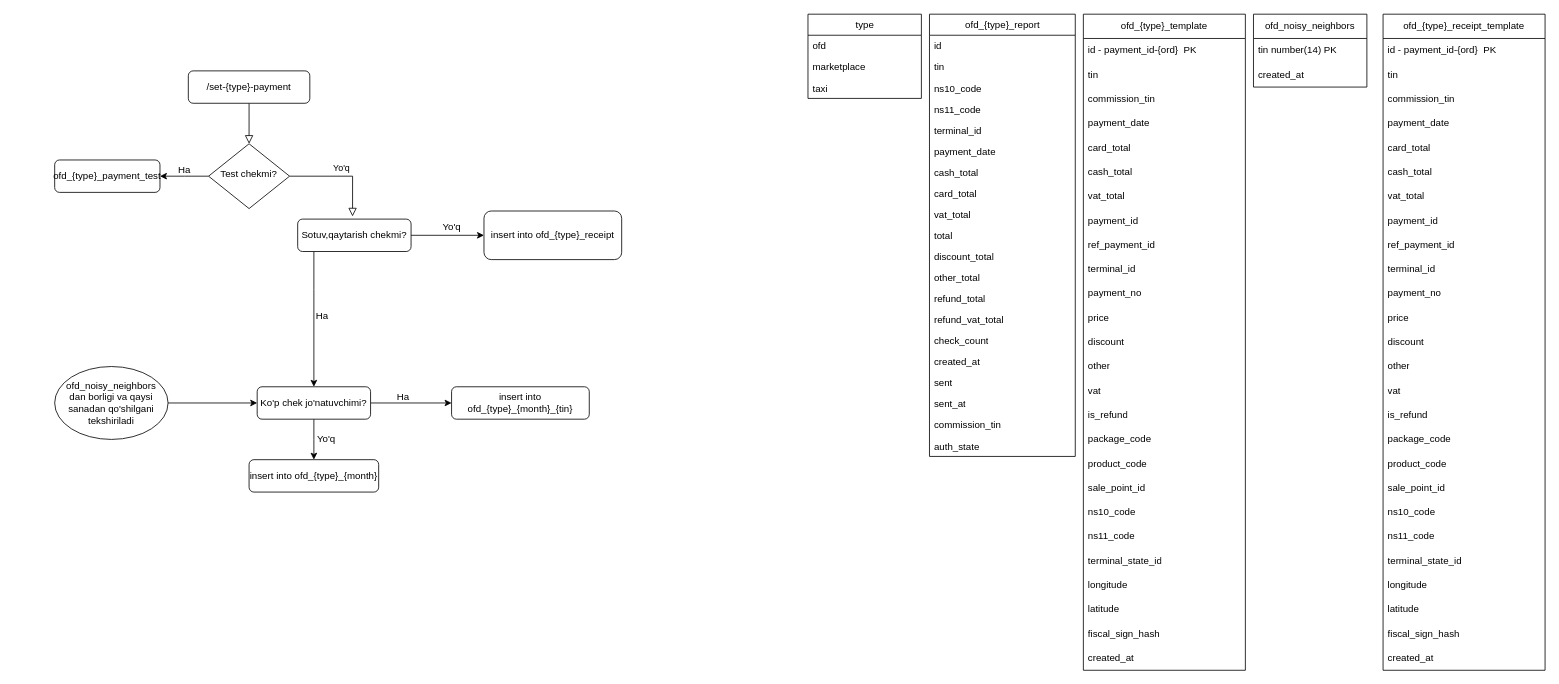
The draw.io diagram ofd.drawio in Akhadjon-Bokijanov/diagrams, before the edit. Source tidied: cells renumbered, new cells numbered last; positions are measured from the earlier drawing's top-left corner, leaving out a move shared by most shapes. Both pictures are drawn from the tidied source at 81%, with x=0, y=0 at pixel (54, 14).
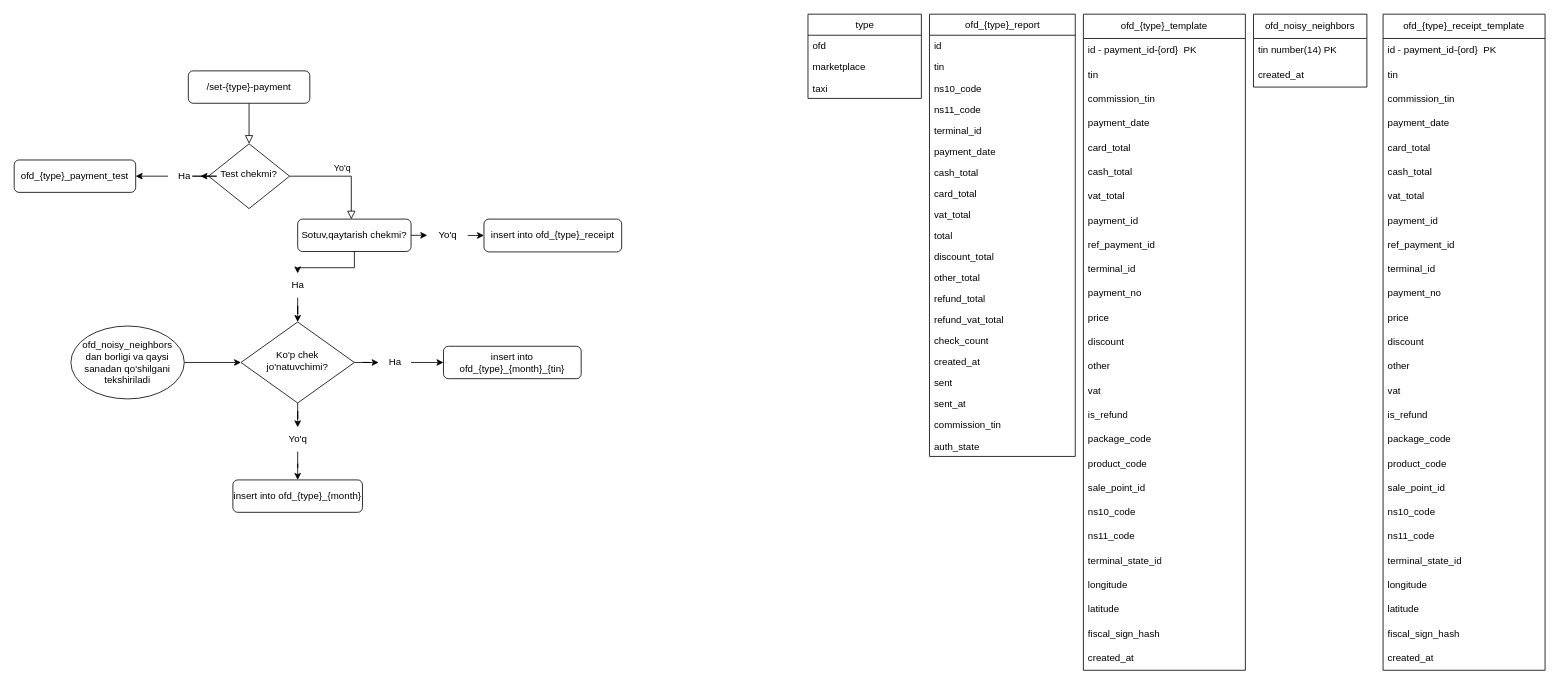
The same diagram, later.

Unchanged cells that the change refers to:
```xml
<mxCell id="6" value="Test chekmi?" style="rhombus;whiteSpace=wrap;html=1;shadow=0;fontFamily=Helvetica;fontSize=12;align=center;strokeWidth=1;spacing=6;spacingTop=-4;" parent="1" vertex="1">
  <mxGeometry x="190" y="160" width="100" height="80" as="geometry" />
</mxCell>
<mxCell id="71" value="Sotuv,qaytarish chekmi?" style="rounded=1;whiteSpace=wrap;html=1;fontSize=12;glass=0;strokeWidth=1;shadow=0;" parent="1" vertex="1">
  <mxGeometry x="300" y="253" width="140" height="40" as="geometry" />
</mxCell>
```

Diff of the diagram source:
```diff
@@
-    <mxCell id="4" value="Yo'q" style="edgeStyle=orthogonalEdgeStyle;rounded=0;html=1;jettySize=auto;fontSize=11;endArrow=block;endFill=0;endSize=8;strokeWidth=1;shadow=0;labelBackgroundColor=none;entryX=0.484;entryY=-0.082;entryDx=0;entryDy=0;entryPerimeter=0;" parent="1" edge="1" source="6" target="71">
+    <mxCell id="4" value="Yo'q" style="edgeStyle=orthogonalEdgeStyle;rounded=0;html=1;jettySize=auto;fontSize=11;endArrow=block;endFill=0;endSize=8;strokeWidth=1;shadow=0;labelBackgroundColor=none;entryX=0.473;entryY=0.007;entryDx=0;entryDy=0;entryPerimeter=0;" parent="1" edge="1" source="6" target="71">
       <mxGeometry y="10" relative="1" as="geometry" />
     </mxCell>
-    <mxCell id="5" style="edgeStyle=orthogonalEdgeStyle;rounded=0;jettySize=auto;html=1;" parent="1" edge="1" source="6">
-      <mxGeometry relative="1" as="geometry">
-        <mxPoint x="130" y="200" as="targetPoint" />
-      </mxGeometry>
-    </mxCell>
@@
-    <mxCell id="7" style="edgeStyle=orthogonalEdgeStyle;rounded=0;jettySize=auto;html=1;" parent="1" edge="1" source="9" target="12">
-      <mxGeometry relative="1" as="geometry" />
-    </mxCell>
-    <mxCell id="8" style="edgeStyle=orthogonalEdgeStyle;rounded=0;jettySize=auto;html=1;" parent="1" edge="1" source="9">
-      <mxGeometry relative="1" as="geometry">
-        <mxPoint x="320" y="550" as="targetPoint" />
-      </mxGeometry>
-    </mxCell>
-    <mxCell id="9" value="Ko'p chek jo'natuvchimi?" style="rounded=1;whiteSpace=wrap;html=1;fontSize=12;glass=0;strokeWidth=1;shadow=0;" parent="1" vertex="1">
-      <mxGeometry x="250" y="460" width="140" height="40" as="geometry" />
-    </mxCell>
     <mxCell id="10" value="ofd_{type}_payment_test" style="rounded=1;whiteSpace=wrap;html=1;fontSize=12;glass=0;strokeWidth=1;shadow=0;" parent="1" vertex="1">
-      <mxGeometry y="180" width="130" height="40" as="geometry" />
+      <mxGeometry x="-50" y="180" width="150" height="40" as="geometry" />
     </mxCell>
-    <mxCell id="11" value="Ha" style="text;html=1;align=center;verticalAlign=middle;points=[];strokeColor=none;fillColor=none;" parent="1" vertex="1">
-      <mxGeometry x="140" y="178" width="40" height="30" as="geometry" />
-    </mxCell>
     <mxCell id="12" value="insert into ofd_{type}_{month}_{tin}" style="whiteSpace=wrap;html=1;rounded=1;glass=0;strokeWidth=1;shadow=0;" parent="1" vertex="1">
-      <mxGeometry x="490" y="460" width="170" height="40" as="geometry" />
+      <mxGeometry x="480" y="410" width="170" height="40" as="geometry" />
     </mxCell>
-    <mxCell id="13" value="Ha" style="text;html=1;align=center;verticalAlign=middle;points=[];strokeColor=none;fillColor=none;" parent="1" vertex="1">
-      <mxGeometry x="410" y="458" width="40" height="30" as="geometry" />
-    </mxCell>
-    <mxCell id="14" value="Yo'q" style="text;html=1;align=center;verticalAlign=middle;points=[];strokeColor=none;fillColor=none;" parent="1" vertex="1">
-      <mxGeometry x="310" y="510" width="50" height="30" as="geometry" />
-    </mxCell>
     <mxCell id="15" value="insert into ofd_{type}_{month}" style="whiteSpace=wrap;html=1;rounded=1;glass=0;strokeWidth=1;shadow=0;" parent="1" vertex="1">
-      <mxGeometry x="240" y="550" width="160" height="40" as="geometry" />
+      <mxGeometry x="220" y="575" width="160" height="40" as="geometry" />
     </mxCell>
@@
     <mxCell id="47" value="ofd_noisy_neighbors&lt;div&gt;dan borligi va qaysi sanadan qo'shilgani&lt;/div&gt;&lt;div&gt;tekshiriladi&lt;/div&gt;" style="ellipse;whiteSpace=wrap;html=1;" parent="1" vertex="1">
-      <mxGeometry y="435" width="140" height="90" as="geometry" />
+      <mxGeometry x="20" y="385" width="140" height="90" as="geometry" />
     </mxCell>
@@
-    <mxCell id="69" style="edgeStyle=orthogonalEdgeStyle;rounded=0;jettySize=auto;html=1;" parent="1" edge="1" source="71" target="9">
-      <mxGeometry relative="1" as="geometry">
-        <Array as="points">
-          <mxPoint x="320" y="340" />
-          <mxPoint x="320" y="340" />
-        </Array>
-      </mxGeometry>
-    </mxCell>
-    <mxCell id="70" style="edgeStyle=orthogonalEdgeStyle;rounded=0;jettySize=auto;html=1;" parent="1" edge="1" source="71" target="73">
+    <mxCell id="70" style="edgeStyle=orthogonalEdgeStyle;rounded=0;jettySize=auto;html=1;" parent="1" edge="1" source="105" target="73">
       <mxGeometry relative="1" as="geometry" />
     </mxCell>
+    <mxCell id="106" style="edgeStyle=orthogonalEdgeStyle;rounded=0;jettySize=auto;html=1;entryX=0.5;entryY=0;entryDx=0;entryDy=0;" parent="1" edge="1" source="72" target="9">
+      <mxGeometry relative="1" as="geometry" />
+    </mxCell>
@@
-    <mxCell id="72" value="Ha" style="text;html=1;align=center;verticalAlign=middle;points=[];strokeColor=none;fillColor=none;" parent="1" vertex="1">
-      <mxGeometry x="310" y="358" width="40" height="30" as="geometry" />
-    </mxCell>
     <mxCell id="73" value="insert into ofd_{type}_receipt" style="rounded=1;whiteSpace=wrap;html=1;glass=0;strokeWidth=1;shadow=0;" parent="1" vertex="1">
-      <mxGeometry x="530" y="243" width="170" height="60" as="geometry" />
+      <mxGeometry x="530" y="253" width="170" height="40.5" as="geometry" />
     </mxCell>
@@
+    <mxCell id="107" style="edgeStyle=orthogonalEdgeStyle;rounded=0;jettySize=auto;html=1;" parent="1" edge="1" source="13" target="12">
+      <mxGeometry relative="1" as="geometry" />
+    </mxCell>
+    <mxCell id="108" style="edgeStyle=orthogonalEdgeStyle;rounded=0;jettySize=auto;html=1;entryX=0.5;entryY=0;entryDx=0;entryDy=0;" parent="1" edge="1" source="14" target="15">
+      <mxGeometry relative="1" as="geometry" />
+    </mxCell>
+    <mxCell id="9" value="Ko'p chek jo'natuvchimi?" style="rhombus;whiteSpace=wrap;html=1;shadow=0;fontFamily=Helvetica;fontSize=12;align=center;strokeWidth=1;spacing=6;spacingTop=-4;" parent="1" vertex="1">
+      <mxGeometry x="230" y="380" width="140" height="100" as="geometry" />
+    </mxCell>
+    <mxCell id="109" style="edgeStyle=orthogonalEdgeStyle;rounded=0;jettySize=auto;html=1;entryX=0.5;entryY=0;entryDx=0;entryDy=0;" parent="1" edge="1" source="71" target="72">
+      <mxGeometry relative="1" as="geometry" />
+    </mxCell>
+    <mxCell id="72" value="Ha" style="text;html=1;align=center;verticalAlign=middle;points=[];strokeColor=none;fillColor=none;" parent="1" vertex="1">
+      <mxGeometry x="280" y="320" width="40" height="30" as="geometry" />
+    </mxCell>
+    <mxCell id="110" style="edgeStyle=orthogonalEdgeStyle;rounded=0;jettySize=auto;html=1;entryX=0.5;entryY=0;entryDx=0;entryDy=0;" parent="1" edge="1" source="9" target="14">
+      <mxGeometry relative="1" as="geometry" />
+    </mxCell>
+    <mxCell id="14" value="Yo'q" style="text;html=1;align=center;verticalAlign=middle;points=[];strokeColor=none;fillColor=none;" parent="1" vertex="1">
+      <mxGeometry x="275" y="510" width="50" height="30" as="geometry" />
+    </mxCell>
+    <mxCell id="111" style="edgeStyle=orthogonalEdgeStyle;rounded=0;jettySize=auto;html=1;" parent="1" edge="1" source="9" target="13">
+      <mxGeometry relative="1" as="geometry" />
+    </mxCell>
+    <mxCell id="13" value="Ha" style="text;html=1;align=center;verticalAlign=middle;points=[];strokeColor=none;fillColor=none;" parent="1" vertex="1">
+      <mxGeometry x="400" y="415" width="40" height="30" as="geometry" />
+    </mxCell>
+    <mxCell id="112" style="edgeStyle=orthogonalEdgeStyle;rounded=0;jettySize=auto;html=1;" parent="1" edge="1" source="71" target="105">
+      <mxGeometry relative="1" as="geometry" />
+    </mxCell>
     <mxCell id="105" value="Yo'q" style="text;html=1;align=center;verticalAlign=middle;points=[];strokeColor=none;fillColor=none;" parent="1" vertex="1">
-      <mxGeometry x="465" y="248" width="50" height="30" as="geometry" />
+      <mxGeometry x="460" y="258.2" width="50" height="30" as="geometry" />
     </mxCell>
+    <mxCell id="113" style="edgeStyle=orthogonalEdgeStyle;rounded=0;jettySize=auto;html=1;" parent="1" edge="1" source="6" target="11">
+      <mxGeometry relative="1" as="geometry" />
+    </mxCell>
+    <mxCell id="114" style="edgeStyle=orthogonalEdgeStyle;rounded=0;jettySize=auto;html=1;entryX=1;entryY=0.5;entryDx=0;entryDy=0;" parent="1" edge="1" source="11" target="10">
+      <mxGeometry relative="1" as="geometry" />
+    </mxCell>
+    <mxCell id="11" value="Ha" style="text;html=1;align=center;verticalAlign=middle;points=[];strokeColor=none;fillColor=none;" parent="1" vertex="1">
+      <mxGeometry x="140" y="185" width="40" height="30" as="geometry" />
+    </mxCell>
```
